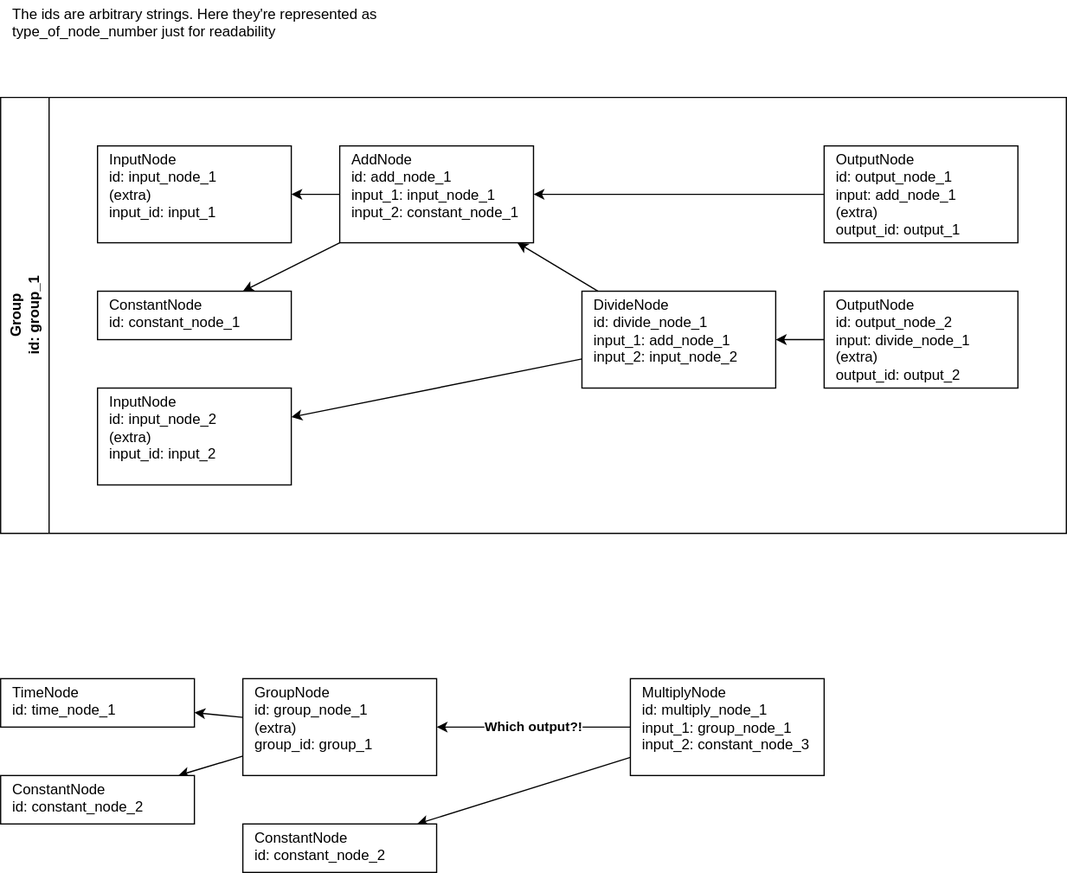
This is docs/Group inputs and outputs.drawio.svg from yolisses/modulee-engine, a draw.io export, as it was before one commit. Source tidied: cells renumbered, new cells last; positions are measured from the earlier drawing's top-left corner, leaving out a move shared by most shapes. The source it was exported from:
```xml
<mxGraphModel>
  <root>
    <mxCell id="0" />
    <mxCell id="1" parent="0" />
    <mxCell id="2" value="The ids are arbitrary strings. Here they're represented as type_of_node_number just for readability" style="text;strokeColor=none;align=left;fillColor=none;html=1;verticalAlign=top;whiteSpace=wrap;rounded=0;spacing=0;spacingTop=0;spacingLeft=10;spacingRight=10;" parent="1" vertex="1">
      <mxGeometry width="320" height="40" as="geometry" />
    </mxCell>
    <mxCell id="3" value="Group&lt;br&gt;id: group_1" style="swimlane;horizontal=0;whiteSpace=wrap;html=1;startSize=40;" parent="1" vertex="1">
      <mxGeometry y="80" width="880" height="360" as="geometry" />
    </mxCell>
    <mxCell id="4" value="InputNode&lt;br&gt;id: input_node_2&lt;br&gt;(extra) &lt;br&gt;input_id: input_2" style="whiteSpace=wrap;html=1;align=left;spacing=0;verticalAlign=top;spacingTop=0;spacingLeft=10;spacingRight=10;" parent="3" vertex="1">
      <mxGeometry x="80" y="240" width="160" height="80" as="geometry" />
    </mxCell>
    <mxCell id="5" value="ConstantNode&lt;br&gt;id: constant_node_1" style="whiteSpace=wrap;html=1;align=left;spacing=0;verticalAlign=top;spacingTop=0;spacingLeft=10;spacingRight=10;" parent="3" vertex="1">
      <mxGeometry x="80" y="160" width="160" height="40" as="geometry" />
    </mxCell>
    <mxCell id="6" value="InputNode&lt;br&gt;id: input_node_1&lt;br&gt;(extra) &lt;br&gt;input_id: input_1" style="whiteSpace=wrap;html=1;align=left;spacing=0;verticalAlign=top;spacingTop=0;spacingLeft=10;spacingRight=10;" parent="3" vertex="1">
      <mxGeometry x="80" y="40" width="160" height="80" as="geometry" />
    </mxCell>
    <mxCell id="7" value="AddNode&lt;br&gt;id: add_node_1&lt;br&gt;input_1: input_node_1&lt;br&gt;input_2: constant_node_1" style="whiteSpace=wrap;html=1;align=left;spacing=0;verticalAlign=top;spacingTop=0;spacingLeft=10;spacingRight=10;" parent="3" vertex="1">
      <mxGeometry x="280" y="40" width="160" height="80" as="geometry" />
    </mxCell>
    <mxCell id="8" value="DivideNode&lt;br&gt;id: divide_node_1&lt;br&gt;input_1: add_node_1&lt;br&gt;input_2: input_node_2" style="whiteSpace=wrap;html=1;align=left;spacing=0;verticalAlign=top;spacingTop=0;spacingLeft=10;spacingRight=10;" parent="3" vertex="1">
      <mxGeometry x="480" y="160" width="160" height="80" as="geometry" />
    </mxCell>
    <mxCell id="9" value="OutputNode&lt;br&gt;id: output_node_2&lt;br&gt;input: divide_node_1&lt;br&gt;(extra) &lt;br&gt;output_id: output_2" style="whiteSpace=wrap;html=1;align=left;spacing=0;verticalAlign=top;spacingTop=0;spacingLeft=10;spacingRight=10;" parent="3" vertex="1">
      <mxGeometry x="680" y="160" width="160" height="80" as="geometry" />
    </mxCell>
    <mxCell id="10" value="OutputNode&lt;br&gt;id: output_node_1&lt;br&gt;input: add_node_1&lt;br&gt;(extra) &lt;br&gt;output_id: output_1" style="whiteSpace=wrap;html=1;align=left;spacing=0;verticalAlign=top;spacingTop=0;spacingLeft=10;spacingRight=10;" parent="3" vertex="1">
      <mxGeometry x="680" y="40" width="160" height="80" as="geometry" />
    </mxCell>
    <mxCell id="11" style="edgeStyle=none;html=1;verticalAlign=top;spacing=0;spacingTop=0;spacingLeft=10;spacingRight=10;" parent="3" edge="1" source="7" target="6">
      <mxGeometry relative="1" as="geometry" />
    </mxCell>
    <mxCell id="12" style="edgeStyle=none;html=1;verticalAlign=top;spacing=0;spacingTop=0;spacingLeft=10;spacingRight=10;" parent="3" edge="1" source="7" target="5">
      <mxGeometry relative="1" as="geometry" />
    </mxCell>
    <mxCell id="13" style="edgeStyle=none;html=1;verticalAlign=top;spacing=0;spacingTop=0;spacingLeft=10;spacingRight=10;" parent="3" edge="1" source="8" target="7">
      <mxGeometry relative="1" as="geometry" />
    </mxCell>
    <mxCell id="14" style="edgeStyle=none;html=1;verticalAlign=top;spacing=0;spacingTop=0;spacingLeft=10;spacingRight=10;" parent="3" edge="1" source="8" target="4">
      <mxGeometry relative="1" as="geometry" />
    </mxCell>
    <mxCell id="15" style="edgeStyle=none;html=1;verticalAlign=top;spacing=0;spacingTop=0;spacingLeft=10;spacingRight=10;" parent="3" edge="1" source="9" target="8">
      <mxGeometry relative="1" as="geometry" />
    </mxCell>
    <mxCell id="16" style="edgeStyle=none;html=1;verticalAlign=top;spacing=0;spacingTop=0;spacingLeft=10;spacingRight=10;" parent="3" edge="1" source="10" target="7">
      <mxGeometry relative="1" as="geometry" />
    </mxCell>
    <mxCell id="17" value="TimeNode&lt;br&gt;id: time_node_1" style="whiteSpace=wrap;html=1;align=left;spacing=0;verticalAlign=top;spacingTop=0;spacingLeft=10;spacingRight=10;" parent="1" vertex="1">
      <mxGeometry y="560" width="160" height="40" as="geometry" />
    </mxCell>
    <mxCell id="18" style="edgeStyle=none;html=1;" parent="1" edge="1" source="20" target="17">
      <mxGeometry relative="1" as="geometry" />
    </mxCell>
    <mxCell id="19" style="edgeStyle=none;html=1;" parent="1" edge="1" source="20" target="21">
      <mxGeometry relative="1" as="geometry" />
    </mxCell>
    <mxCell id="20" value="GroupNode&lt;br&gt;id: group_node_1&lt;br&gt;(extra) &lt;br&gt;group_id: group_1" style="whiteSpace=wrap;html=1;align=left;spacing=0;verticalAlign=top;spacingTop=0;spacingLeft=10;spacingRight=10;fontStyle=0;" parent="1" vertex="1">
      <mxGeometry x="200" y="560" width="160" height="80" as="geometry" />
    </mxCell>
    <mxCell id="21" value="ConstantNode&lt;br&gt;id: constant_node_2" style="whiteSpace=wrap;html=1;align=left;spacing=0;verticalAlign=top;spacingTop=0;spacingLeft=10;spacingRight=10;" parent="1" vertex="1">
      <mxGeometry y="640" width="160" height="40" as="geometry" />
    </mxCell>
    <mxCell id="22" style="edgeStyle=none;html=1;" parent="1" edge="1" source="24" target="25">
      <mxGeometry relative="1" as="geometry" />
    </mxCell>
    <mxCell id="23" value="&lt;b&gt;Which output?!&lt;/b&gt;" style="edgeStyle=none;html=1;" parent="1" edge="1" source="24" target="20">
      <mxGeometry relative="1" as="geometry" />
    </mxCell>
    <mxCell id="24" value="MultiplyNode&lt;br&gt;id: multiply_node_1&lt;br&gt;input_1: group_node_1&lt;br&gt;input_2: constant_node_3" style="whiteSpace=wrap;html=1;align=left;spacing=0;verticalAlign=top;spacingTop=0;spacingLeft=10;spacingRight=10;" parent="1" vertex="1">
      <mxGeometry x="520" y="560" width="160" height="80" as="geometry" />
    </mxCell>
    <mxCell id="25" value="ConstantNode&lt;br&gt;id: constant_node_2" style="whiteSpace=wrap;html=1;align=left;spacing=0;verticalAlign=top;spacingTop=0;spacingLeft=10;spacingRight=10;" parent="1" vertex="1">
      <mxGeometry x="200" y="680" width="160" height="40" as="geometry" />
    </mxCell>
  </root>
</mxGraphModel>
```
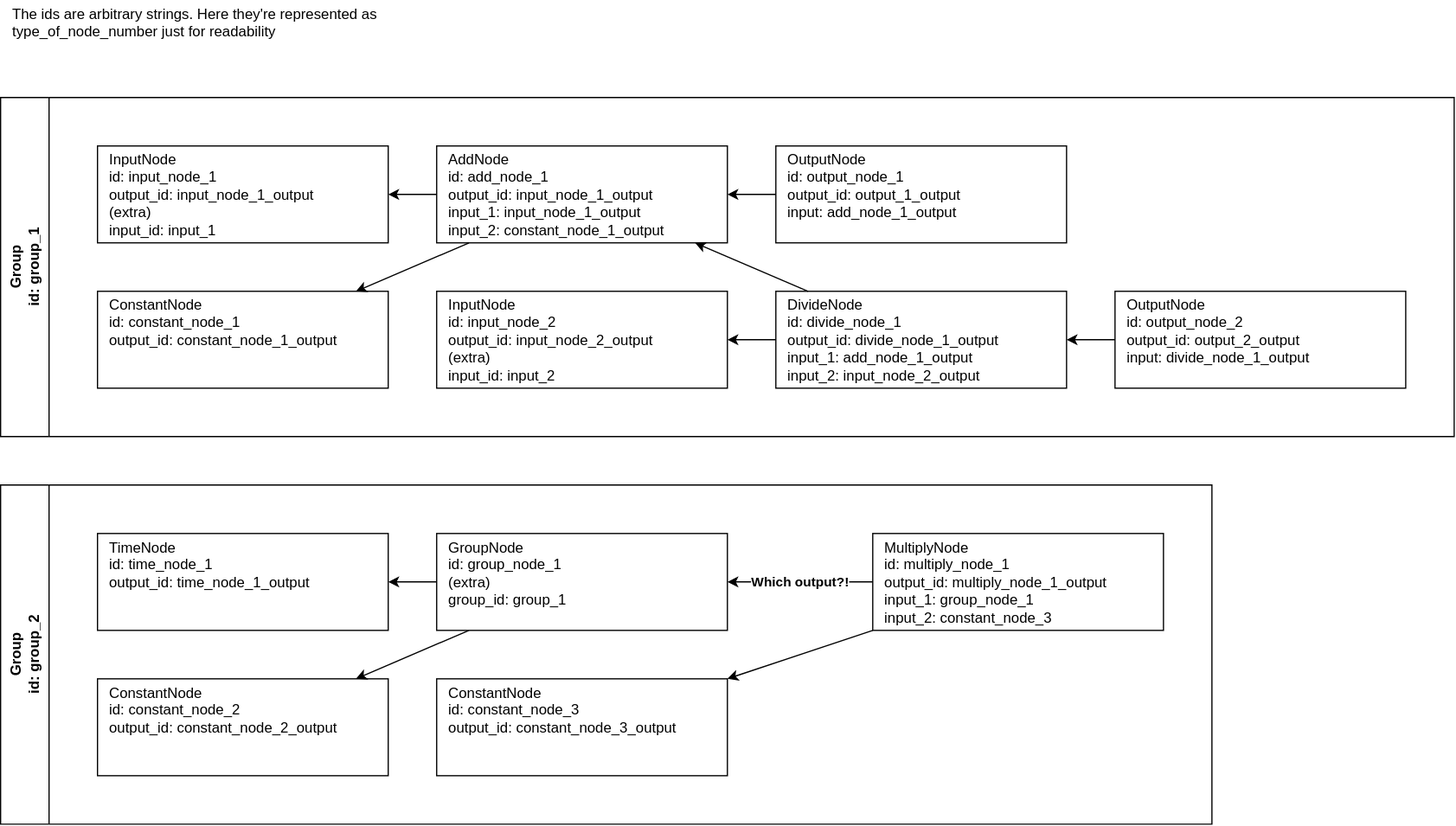
After the change.

Commit message:
Add output_id in Group inputs and outputs drawing

The edit, as a diff of the source:
```diff
@@ -6,28 +6,25 @@
       <mxGeometry width="320" height="40" as="geometry" />
     </mxCell>
     <mxCell id="3" value="Group&lt;br&gt;id: group_1" style="swimlane;horizontal=0;whiteSpace=wrap;html=1;startSize=40;" parent="1" vertex="1">
-      <mxGeometry y="80" width="880" height="360" as="geometry" />
+      <mxGeometry y="80" width="1200" height="280" as="geometry" />
     </mxCell>
-    <mxCell id="4" value="InputNode&lt;br&gt;id: input_node_2&lt;br&gt;(extra) &lt;br&gt;input_id: input_2" style="whiteSpace=wrap;html=1;align=left;spacing=0;verticalAlign=top;spacingTop=0;spacingLeft=10;spacingRight=10;" parent="3" vertex="1">
-      <mxGeometry x="80" y="240" width="160" height="80" as="geometry" />
+    <mxCell id="4" value="InputNode&lt;br&gt;id: input_node_2&lt;br&gt;output_id: input_node_2_output&lt;br&gt;(extra) &lt;br&gt;input_id: input_2" style="whiteSpace=wrap;html=1;align=left;spacing=0;verticalAlign=top;spacingTop=0;spacingLeft=10;spacingRight=10;" parent="3" vertex="1">
+      <mxGeometry x="360" y="160" width="240" height="80" as="geometry" />
     </mxCell>
-    <mxCell id="5" value="ConstantNode&lt;br&gt;id: constant_node_1" style="whiteSpace=wrap;html=1;align=left;spacing=0;verticalAlign=top;spacingTop=0;spacingLeft=10;spacingRight=10;" parent="3" vertex="1">
-      <mxGeometry x="80" y="160" width="160" height="40" as="geometry" />
+    <mxCell id="5" value="ConstantNode&lt;br&gt;id: constant_node_1&lt;br&gt;output_id: constant_node_1_output" style="whiteSpace=wrap;html=1;align=left;spacing=0;verticalAlign=top;spacingTop=0;spacingLeft=10;spacingRight=10;" parent="3" vertex="1">
+      <mxGeometry x="80" y="160" width="240" height="80" as="geometry" />
     </mxCell>
-    <mxCell id="6" value="InputNode&lt;br&gt;id: input_node_1&lt;br&gt;(extra) &lt;br&gt;input_id: input_1" style="whiteSpace=wrap;html=1;align=left;spacing=0;verticalAlign=top;spacingTop=0;spacingLeft=10;spacingRight=10;" parent="3" vertex="1">
-      <mxGeometry x="80" y="40" width="160" height="80" as="geometry" />
+    <mxCell id="6" value="InputNode&lt;br&gt;id: input_node_1&lt;br&gt;output_id: input_node_1_output&lt;br&gt;(extra) &lt;br&gt;input_id: input_1" style="whiteSpace=wrap;html=1;align=left;spacing=0;verticalAlign=top;spacingTop=0;spacingLeft=10;spacingRight=10;" parent="3" vertex="1">
+      <mxGeometry x="80" y="40" width="240" height="80" as="geometry" />
     </mxCell>
-    <mxCell id="7" value="AddNode&lt;br&gt;id: add_node_1&lt;br&gt;input_1: input_node_1&lt;br&gt;input_2: constant_node_1" style="whiteSpace=wrap;html=1;align=left;spacing=0;verticalAlign=top;spacingTop=0;spacingLeft=10;spacingRight=10;" parent="3" vertex="1">
-      <mxGeometry x="280" y="40" width="160" height="80" as="geometry" />
+    <mxCell id="7" value="AddNode&lt;br&gt;id: add_node_1&lt;br&gt;output_id: input_node_1_output&lt;br&gt;input_1: input_node_1_output&lt;br&gt;input_2: constant_node_1_output" style="whiteSpace=wrap;html=1;align=left;spacing=0;verticalAlign=top;spacingTop=0;spacingLeft=10;spacingRight=10;" parent="3" vertex="1">
+      <mxGeometry x="360" y="40" width="240" height="80" as="geometry" />
     </mxCell>
-    <mxCell id="8" value="DivideNode&lt;br&gt;id: divide_node_1&lt;br&gt;input_1: add_node_1&lt;br&gt;input_2: input_node_2" style="whiteSpace=wrap;html=1;align=left;spacing=0;verticalAlign=top;spacingTop=0;spacingLeft=10;spacingRight=10;" parent="3" vertex="1">
-      <mxGeometry x="480" y="160" width="160" height="80" as="geometry" />
+    <mxCell id="8" value="DivideNode&lt;br&gt;id: divide_node_1&lt;br&gt;output_id: divide_node_1_output&lt;br&gt;input_1: add_node_1_output&lt;br&gt;input_2: input_node_2_output" style="whiteSpace=wrap;html=1;align=left;spacing=0;verticalAlign=top;spacingTop=0;spacingLeft=10;spacingRight=10;" parent="3" vertex="1">
+      <mxGeometry x="640" y="160" width="240" height="80" as="geometry" />
     </mxCell>
-    <mxCell id="9" value="OutputNode&lt;br&gt;id: output_node_2&lt;br&gt;input: divide_node_1&lt;br&gt;(extra) &lt;br&gt;output_id: output_2" style="whiteSpace=wrap;html=1;align=left;spacing=0;verticalAlign=top;spacingTop=0;spacingLeft=10;spacingRight=10;" parent="3" vertex="1">
-      <mxGeometry x="680" y="160" width="160" height="80" as="geometry" />
-    </mxCell>
-    <mxCell id="10" value="OutputNode&lt;br&gt;id: output_node_1&lt;br&gt;input: add_node_1&lt;br&gt;(extra) &lt;br&gt;output_id: output_1" style="whiteSpace=wrap;html=1;align=left;spacing=0;verticalAlign=top;spacingTop=0;spacingLeft=10;spacingRight=10;" parent="3" vertex="1">
-      <mxGeometry x="680" y="40" width="160" height="80" as="geometry" />
+    <mxCell id="10" value="OutputNode&lt;br&gt;id: output_node_1&lt;br&gt;output_id: output_1_output&lt;br&gt;input: add_node_1_output" style="whiteSpace=wrap;html=1;align=left;spacing=0;verticalAlign=top;spacingTop=0;spacingLeft=10;spacingRight=10;" parent="3" vertex="1">
+      <mxGeometry x="640" y="40" width="240" height="80" as="geometry" />
     </mxCell>
     <mxCell id="11" style="edgeStyle=none;html=1;verticalAlign=top;spacing=0;spacingTop=0;spacingLeft=10;spacingRight=10;" parent="3" edge="1" source="7" target="6">
       <mxGeometry relative="1" as="geometry" />
@@ -41,38 +38,44 @@
     <mxCell id="14" style="edgeStyle=none;html=1;verticalAlign=top;spacing=0;spacingTop=0;spacingLeft=10;spacingRight=10;" parent="3" edge="1" source="8" target="4">
       <mxGeometry relative="1" as="geometry" />
     </mxCell>
+    <mxCell id="16" style="edgeStyle=none;html=1;verticalAlign=top;spacing=0;spacingTop=0;spacingLeft=10;spacingRight=10;" parent="3" edge="1" source="10" target="7">
+      <mxGeometry relative="1" as="geometry" />
+    </mxCell>
+    <mxCell id="9" value="OutputNode&lt;br&gt;id: output_node_2&lt;br&gt;output_id: output_2_output&lt;br&gt;input: divide_node_1_output" style="whiteSpace=wrap;html=1;align=left;spacing=0;verticalAlign=top;spacingTop=0;spacingLeft=10;spacingRight=10;" parent="3" vertex="1">
+      <mxGeometry x="920" y="160" width="240" height="80" as="geometry" />
+    </mxCell>
     <mxCell id="15" style="edgeStyle=none;html=1;verticalAlign=top;spacing=0;spacingTop=0;spacingLeft=10;spacingRight=10;" parent="3" edge="1" source="9" target="8">
       <mxGeometry relative="1" as="geometry" />
     </mxCell>
-    <mxCell id="16" style="edgeStyle=none;html=1;verticalAlign=top;spacing=0;spacingTop=0;spacingLeft=10;spacingRight=10;" parent="3" edge="1" source="10" target="7">
-      <mxGeometry relative="1" as="geometry" />
-    </mxCell>
+    <mxCell id="26" value="Group&lt;br&gt;id: group_2" style="swimlane;horizontal=0;whiteSpace=wrap;html=1;startSize=40;" parent="1" vertex="1">
+      <mxGeometry y="400" width="1000" height="280" as="geometry" />
+    </mxCell>
+    <mxCell id="21" value="ConstantNode&lt;br&gt;id: constant_node_2&lt;br&gt;output_id: constant_node_2_output" style="whiteSpace=wrap;html=1;align=left;spacing=0;verticalAlign=top;spacingTop=0;spacingLeft=10;spacingRight=10;" parent="26" vertex="1">
+      <mxGeometry x="80" y="160" width="240" height="80" as="geometry" />
+    </mxCell>
-    <mxCell id="17" value="TimeNode&lt;br&gt;id: time_node_1" style="whiteSpace=wrap;html=1;align=left;spacing=0;verticalAlign=top;spacingTop=0;spacingLeft=10;spacingRight=10;" parent="1" vertex="1">
-      <mxGeometry y="560" width="160" height="40" as="geometry" />
+    <mxCell id="17" value="TimeNode&lt;br&gt;id: time_node_1&lt;br&gt;output_id: time_node_1_output" style="whiteSpace=wrap;html=1;align=left;spacing=0;verticalAlign=top;spacingTop=0;spacingLeft=10;spacingRight=10;" parent="26" vertex="1">
+      <mxGeometry x="80" y="40" width="240" height="80" as="geometry" />
     </mxCell>
+    <mxCell id="20" value="GroupNode&lt;br&gt;id: group_node_1&lt;br&gt;(extra) &lt;br&gt;group_id: group_1" style="whiteSpace=wrap;html=1;align=left;spacing=0;verticalAlign=top;spacingTop=0;spacingLeft=10;spacingRight=10;fontStyle=0;" parent="26" vertex="1">
+      <mxGeometry x="360" y="40" width="240" height="80" as="geometry" />
+    </mxCell>
+    <mxCell id="25" value="ConstantNode&lt;br&gt;id: constant_node_3&lt;br&gt;output_id: constant_node_3_output" style="whiteSpace=wrap;html=1;align=left;spacing=0;verticalAlign=top;spacingTop=0;spacingLeft=10;spacingRight=10;" parent="26" vertex="1">
+      <mxGeometry x="360" y="160" width="240" height="80" as="geometry" />
+    </mxCell>
+    <mxCell id="24" value="MultiplyNode&lt;br&gt;id: multiply_node_1&lt;br&gt;output_id: multiply_node_1_output&lt;br&gt;input_1: group_node_1&lt;br&gt;input_2: constant_node_3" style="whiteSpace=wrap;html=1;align=left;spacing=0;verticalAlign=top;spacingTop=0;spacingLeft=10;spacingRight=10;" parent="26" vertex="1">
+      <mxGeometry x="720" y="40" width="240" height="80" as="geometry" />
+    </mxCell>
-    <mxCell id="18" style="edgeStyle=none;html=1;" parent="1" edge="1" source="20" target="17">
+    <mxCell id="18" style="edgeStyle=none;html=1;" parent="26" edge="1" source="20" target="17">
       <mxGeometry relative="1" as="geometry" />
     </mxCell>
-    <mxCell id="19" style="edgeStyle=none;html=1;" parent="1" edge="1" source="20" target="21">
+    <mxCell id="19" style="edgeStyle=none;html=1;" parent="26" edge="1" source="20" target="21">
       <mxGeometry relative="1" as="geometry" />
     </mxCell>
-    <mxCell id="20" value="GroupNode&lt;br&gt;id: group_node_1&lt;br&gt;(extra) &lt;br&gt;group_id: group_1" style="whiteSpace=wrap;html=1;align=left;spacing=0;verticalAlign=top;spacingTop=0;spacingLeft=10;spacingRight=10;fontStyle=0;" parent="1" vertex="1">
-      <mxGeometry x="200" y="560" width="160" height="80" as="geometry" />
-    </mxCell>
-    <mxCell id="21" value="ConstantNode&lt;br&gt;id: constant_node_2" style="whiteSpace=wrap;html=1;align=left;spacing=0;verticalAlign=top;spacingTop=0;spacingLeft=10;spacingRight=10;" parent="1" vertex="1">
-      <mxGeometry y="640" width="160" height="40" as="geometry" />
-    </mxCell>
-    <mxCell id="22" style="edgeStyle=none;html=1;" parent="1" edge="1" source="24" target="25">
+    <mxCell id="22" style="edgeStyle=none;html=1;" parent="26" edge="1" source="24" target="25">
       <mxGeometry relative="1" as="geometry" />
     </mxCell>
-    <mxCell id="23" value="&lt;b&gt;Which output?!&lt;/b&gt;" style="edgeStyle=none;html=1;" parent="1" edge="1" source="24" target="20">
+    <mxCell id="23" value="&lt;b&gt;Which output?!&lt;/b&gt;" style="edgeStyle=none;html=1;" parent="26" edge="1" source="24" target="20">
       <mxGeometry relative="1" as="geometry" />
     </mxCell>
-    <mxCell id="24" value="MultiplyNode&lt;br&gt;id: multiply_node_1&lt;br&gt;input_1: group_node_1&lt;br&gt;input_2: constant_node_3" style="whiteSpace=wrap;html=1;align=left;spacing=0;verticalAlign=top;spacingTop=0;spacingLeft=10;spacingRight=10;" parent="1" vertex="1">
-      <mxGeometry x="520" y="560" width="160" height="80" as="geometry" />
-    </mxCell>
-    <mxCell id="25" value="ConstantNode&lt;br&gt;id: constant_node_2" style="whiteSpace=wrap;html=1;align=left;spacing=0;verticalAlign=top;spacingTop=0;spacingLeft=10;spacingRight=10;" parent="1" vertex="1">
-      <mxGeometry x="200" y="680" width="160" height="40" as="geometry" />
-    </mxCell>
   </root>
 </mxGraphModel>
```
